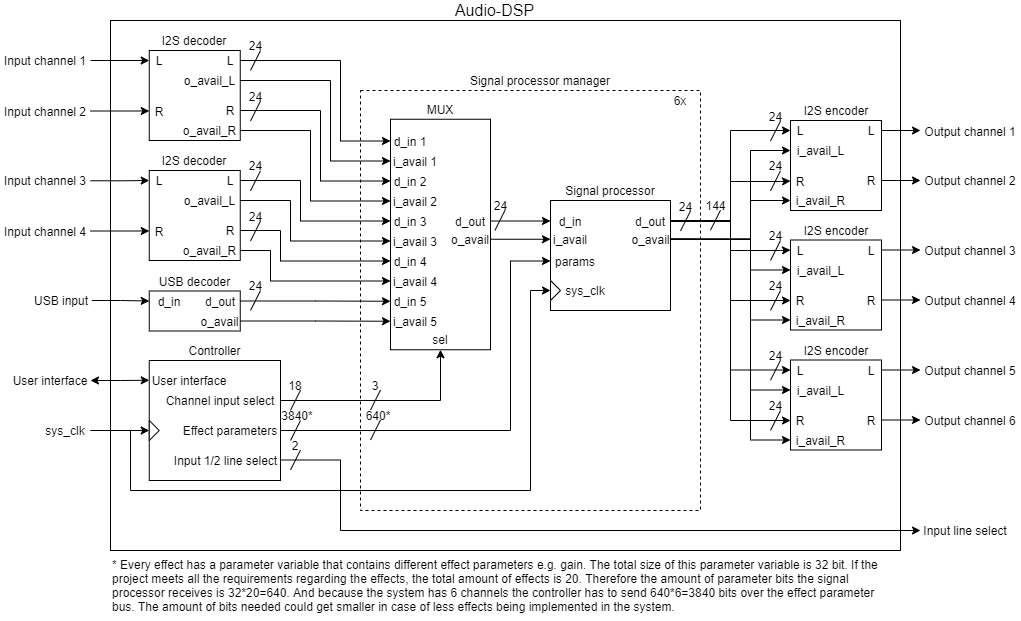
HeinVerhallen/Audio-DSP keeps this draw.io diagram as Documentation/Module Design Document/images/20230622_Audio-DSP design_redesign-Audio-DSP.png. Above is the earlier version. Source tidied: cells renumbered, new cells last; positions are measured from the earlier drawing's top-left corner, leaving out a move shared by most shapes.
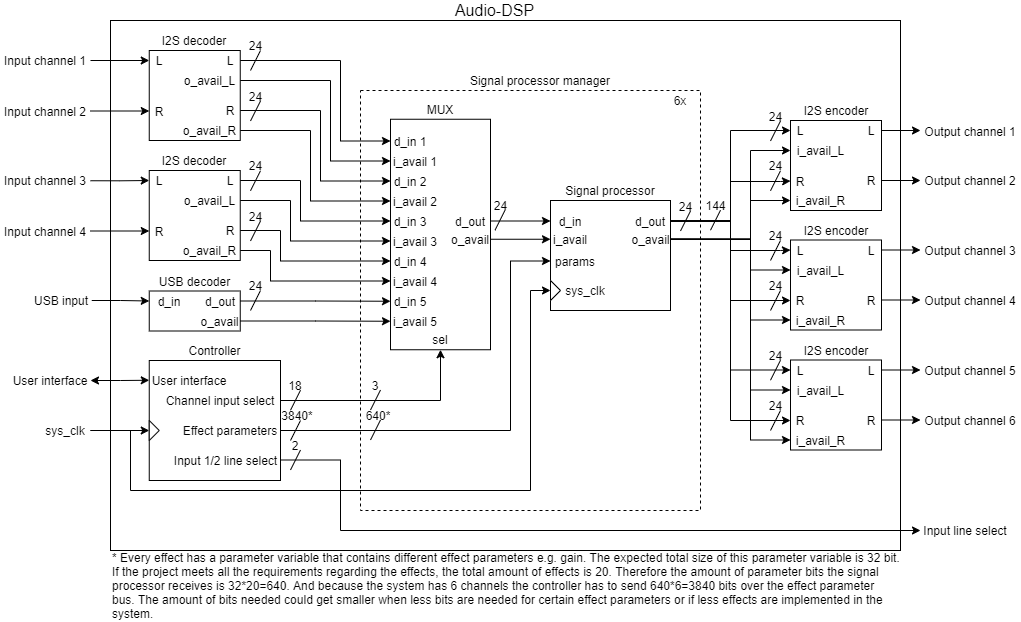
After the commit.

What changed in the source:
```diff
@@ -725,7 +725,7 @@
     <mxCell id="182" value="3840*" style="text;html=1;strokeColor=none;fillColor=none;align=center;verticalAlign=middle;whiteSpace=wrap;rounded=0;fontSize=12;" parent="1" vertex="1">
       <mxGeometry x="282" y="409.5" width="30" height="10" as="geometry" />
     </mxCell>
-    <mxCell id="183" value="* Every effect has a parameter variable that contains different effect parameters e.g. gain. The total size of this parameter variable is 32 bit. If the project meets all the requirements regarding the effects, the total amount of effects is 20. Therefore the amount of parameter bits the signal processor receives is 32*20=640. And because the system has 6 channels the controller has to send 640*6=3840 bits over the effect parameter bus. The amount of bits needed could get smaller in case of less effects being implemented in the system." style="text;html=1;strokeColor=none;fillColor=none;align=left;verticalAlign=middle;whiteSpace=wrap;rounded=0;" parent="1" vertex="1">
+    <mxCell id="183" value="* Every effect has a parameter variable that contains different effect parameters e.g. gain. The expected total size of this parameter variable is 32 bit. If the project meets all the requirements regarding the effects, the total amount of effects is 20. Therefore the amount of parameter bits the signal processor receives is 32*20=640. And because the system has 6 channels the controller has to send 640*6=3840 bits over the effect parameter bus. The amount of bits needed could get smaller when less bits are needed for certain effect parameters or if less effects are implemented in the system." style="text;html=1;strokeColor=none;fillColor=none;align=left;verticalAlign=middle;whiteSpace=wrap;rounded=0;" parent="1" vertex="1">
       <mxGeometry x="110" y="550" width="790" height="70" as="geometry" />
     </mxCell>
   </root>
```
